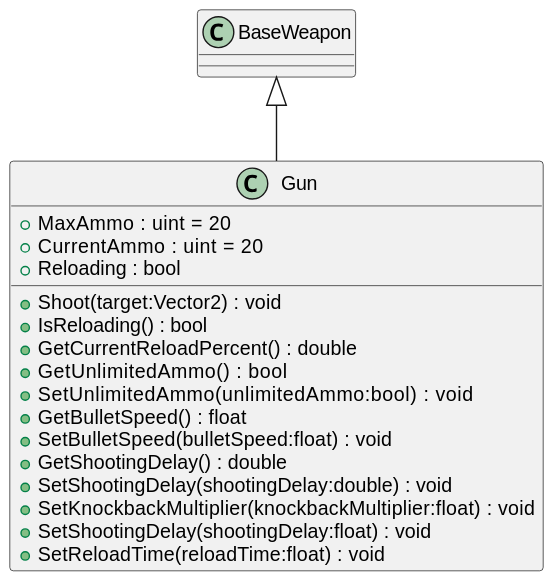
Above: UML/Combat/Gun.svg in KawinM23/TakeControl (PlantUML), before the change.
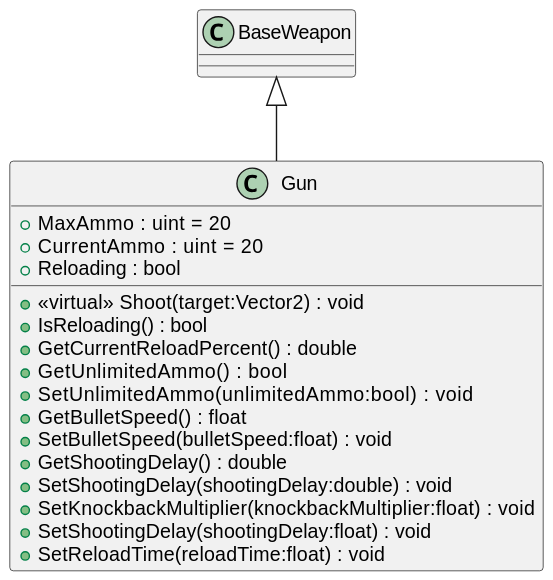
After the commit.

Diff of the diagram source:
```diff
@@ -3,7 +3,7 @@
     + MaxAmmo : uint = 20
     + CurrentAmmo : uint = 20
     + Reloading : bool
-    + Shoot(target:Vector2) : void
+    + <<virtual>> Shoot(target:Vector2) : void
     + IsReloading() : bool
     + GetCurrentReloadPercent() : double
     + GetUnlimitedAmmo() : bool
```
